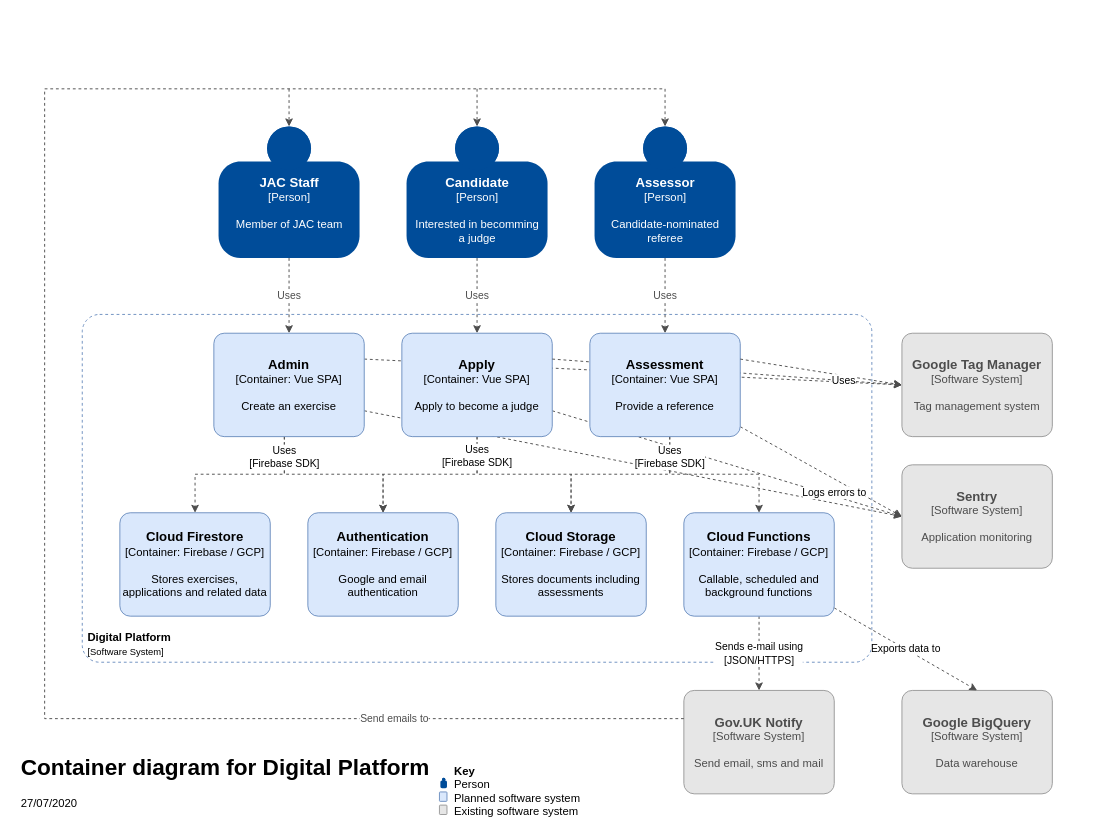
Above: page "Container" (2 of 3) of docs/architecture/jac-qt-platform-architecture.drawio in jac-uk/documentation (draw.io), before the change. Source tidied: cells renumbered, new cells numbered last; positions are measured from the earlier drawing's top-left corner, leaving out a move shared by most shapes. Both pictures are drawn from the tidied source at 94%, with x=0, y=0 at pixel (16, 88).
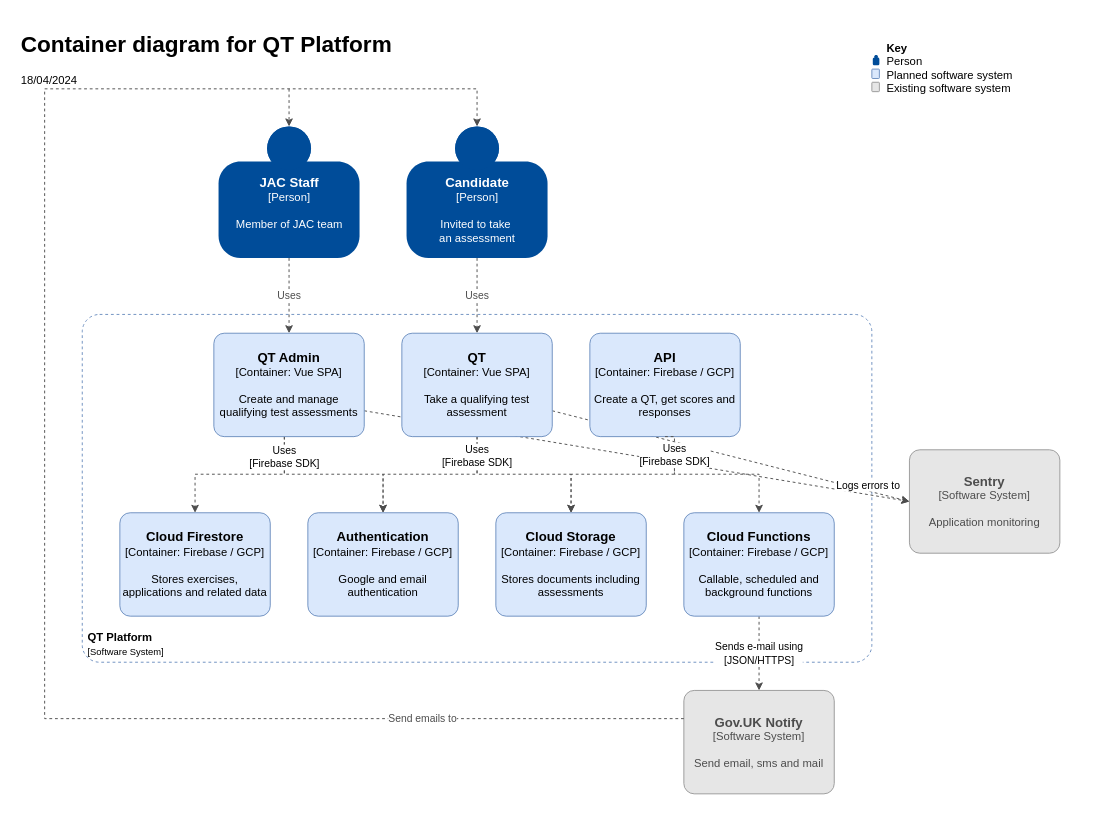
The same page after the edit.

Unchanged cells that the change refers to:
```xml
<mxCell id="21" value="&lt;b style=&quot;font-size: 14px&quot;&gt;Gov.UK Notify&lt;br&gt;&lt;/b&gt;&lt;div&gt;[Software System]&lt;/div&gt;&lt;br&gt;&lt;div&gt;Send email, sms and mail&lt;br&gt;&lt;/div&gt;" style="rounded=1;whiteSpace=wrap;html=1;labelBackgroundColor=none;align=center;arcSize=10;points=[[0.25,0,0],[0.5,0,0],[0.75,0,0],[1,0.25,0],[1,0.5,0],[1,0.75,0],[0.75,1,0],[0.5,1,0],[0.25,1,0],[0,0.75,0],[0,0.5,0],[0,0.25,0]];fillColor=#E6E6E6;fontColor=#4D4D4D;strokeColor=#999999;" parent="1" vertex="1">
  <mxGeometry x="710" y="640" width="160" height="110" as="geometry" />
</mxCell>
<mxCell id="34" value="&lt;font size=&quot;1&quot;&gt;&lt;b style=&quot;font-size: 14px&quot;&gt;Cloud Storage&lt;br&gt;&lt;/b&gt;&lt;/font&gt;&lt;div&gt;[Container: Firebase / GCP]&lt;br&gt;&lt;/div&gt;&lt;br&gt;&lt;div&gt;Stores documents including assessments&lt;br&gt;&lt;/div&gt;" style="rounded=1;whiteSpace=wrap;html=1;labelBackgroundColor=none;fillColor=#dae8fc;fontColor=#000000;align=center;arcSize=10;strokeColor=#6c8ebf;points=[[0.25,0,0],[0.5,0,0],[0.75,0,0],[1,0.25,0],[1,0.5,0],[1,0.75,0],[0.75,1,0],[0.5,1,0],[0.25,1,0],[0,0.75,0],[0,0.5,0],[0,0.25,0]];" parent="1" vertex="1">
  <mxGeometry x="510" y="451" width="160" height="110" as="geometry" />
</mxCell>
<mxCell id="38" value="&lt;font size=&quot;1&quot;&gt;&lt;b style=&quot;font-size: 14px&quot;&gt;Cloud Functions&lt;br&gt;&lt;/b&gt;&lt;/font&gt;&lt;div&gt;[Container: Firebase / GCP]&lt;/div&gt;&lt;br&gt;&lt;div&gt;Callable, scheduled and background functions&lt;br&gt;&lt;/div&gt;" style="rounded=1;whiteSpace=wrap;html=1;labelBackgroundColor=none;fillColor=#dae8fc;fontColor=#000000;align=center;arcSize=10;strokeColor=#6c8ebf;points=[[0.25,0,0],[0.5,0,0],[0.75,0,0],[1,0.25,0],[1,0.5,0],[1,0.75,0],[0.75,1,0],[0.5,1,0],[0.25,1,0],[0,0.75,0],[0,0.5,0],[0,0.25,0]];" parent="1" vertex="1">
  <mxGeometry x="710" y="451" width="160" height="110" as="geometry" />
</mxCell>
```

Change to the diagram source:
```diff
@@
-    <mxCell id="2" value="&lt;div style=&quot;text-align: left ; font-size: 14px&quot;&gt;&lt;font size=&quot;1&quot;&gt;&lt;b style=&quot;font-size: 12px ; line-height: 100%&quot;&gt;Digital Platform&lt;/b&gt;&lt;/font&gt;&lt;br&gt;&lt;/div&gt;&lt;div style=&quot;text-align: left&quot;&gt;&lt;font style=&quot;font-size: 10px&quot;&gt;[Software System]&lt;/font&gt;&lt;/div&gt;" style="rounded=1;whiteSpace=wrap;html=1;labelBackgroundColor=none;align=left;arcSize=5;verticalAlign=bottom;dashed=1;strokeWidth=1;perimeterSpacing=0;spacingLeft=4;spacingBottom=2;strokeColor=#6C8EBF;" parent="1" vertex="1">
+    <mxCell id="2" value="&lt;div style=&quot;text-align: left ; font-size: 14px&quot;&gt;&lt;font size=&quot;1&quot;&gt;&lt;b style=&quot;font-size: 12px ; line-height: 100%&quot;&gt;QT Platform&lt;/b&gt;&lt;/font&gt;&lt;br&gt;&lt;/div&gt;&lt;div style=&quot;text-align: left&quot;&gt;&lt;font style=&quot;font-size: 10px&quot;&gt;[Software System]&lt;/font&gt;&lt;/div&gt;" style="rounded=1;whiteSpace=wrap;html=1;labelBackgroundColor=none;align=left;arcSize=5;verticalAlign=bottom;dashed=1;strokeWidth=1;perimeterSpacing=0;spacingLeft=4;spacingBottom=2;strokeColor=#6C8EBF;" parent="1" vertex="1">
       <mxGeometry x="70" y="240" width="840" height="370" as="geometry" />
     </mxCell>
@@
-    <mxCell id="8" value="&lt;div&gt;&lt;font size=&quot;1&quot;&gt;&lt;b style=&quot;font-size: 14px&quot;&gt;Candidate&lt;/b&gt;&lt;/font&gt;&lt;/div&gt;&lt;div&gt;[Person]&lt;b&gt;&lt;br&gt;&lt;/b&gt;&lt;/div&gt;&lt;div&gt;&lt;b&gt;&lt;br&gt;&lt;/b&gt;&lt;/div&gt;&lt;div&gt;Interested in becomming&lt;/div&gt;&lt;div&gt; a judge&lt;b&gt;&lt;br&gt;&lt;/b&gt;&lt;/div&gt;" style="html=1;dashed=0;whitespace=wrap;shape=mxgraph.c4.person;align=center;points=[[0.5,0,0],[1,0.5,0],[1,0.75,0],[0.75,1,0],[0.5,1,0],[0.25,1,0],[0,0.75,0],[0,0.5,0]];fillColor=#004C99;fontColor=#FFFFFF;strokeColor=none;" parent="1" vertex="1">
+    <mxCell id="8" value="&lt;div&gt;&lt;font size=&quot;1&quot;&gt;&lt;b style=&quot;font-size: 14px&quot;&gt;Candidate&lt;/b&gt;&lt;/font&gt;&lt;/div&gt;&lt;div&gt;[Person]&lt;b&gt;&lt;br&gt;&lt;/b&gt;&lt;/div&gt;&lt;div&gt;&lt;b&gt;&lt;br&gt;&lt;/b&gt;&lt;/div&gt;&lt;div&gt;Invited to take&amp;nbsp;&lt;/div&gt;&lt;div&gt;an assessment&lt;/div&gt;" style="html=1;dashed=0;whitespace=wrap;shape=mxgraph.c4.person;align=center;points=[[0.5,0,0],[1,0.5,0],[1,0.75,0],[0.75,1,0],[0.5,1,0],[0.25,1,0],[0,0.75,0],[0,0.5,0]];fillColor=#004C99;fontColor=#FFFFFF;strokeColor=none;" parent="1" vertex="1">
       <mxGeometry x="415" y="40" width="150" height="140" as="geometry" />
     </mxCell>
-    <mxCell id="9" value="&lt;div&gt;Uses&lt;/div&gt;" style="edgeStyle=orthogonalEdgeStyle;rounded=0;jettySize=auto;html=1;strokeColor=#4D4D4D;fontColor=#4D4D4D;dashed=1;" parent="1" edge="1" source="10" target="42">
-      <mxGeometry relative="1" as="geometry">
-        <Array as="points">
-          <mxPoint x="690" y="200" />
-          <mxPoint x="690" y="200" />
-        </Array>
-      </mxGeometry>
-    </mxCell>
-    <mxCell id="10" value="&lt;div&gt;&lt;font size=&quot;1&quot;&gt;&lt;b style=&quot;font-size: 14px&quot;&gt;Assessor&lt;/b&gt;&lt;/font&gt;&lt;/div&gt;&lt;div&gt;[Person]&lt;b&gt;&lt;br&gt;&lt;/b&gt;&lt;/div&gt;&lt;div&gt;&lt;b&gt;&lt;br&gt;&lt;/b&gt;&lt;/div&gt;&lt;div&gt;Candidate-nominated &lt;br&gt;&lt;/div&gt;&lt;div&gt;referee&lt;b&gt;&lt;br&gt;&lt;/b&gt;&lt;/div&gt;" style="html=1;dashed=0;whitespace=wrap;shape=mxgraph.c4.person;align=center;points=[[0.5,0,0],[1,0.5,0],[1,0.75,0],[0.75,1,0],[0.5,1,0],[0.25,1,0],[0,0.75,0],[0,0.5,0]];fillColor=#004C99;fontColor=#FFFFFF;strokeColor=none;" parent="1" vertex="1">
-      <mxGeometry x="615" y="40" width="150" height="140" as="geometry" />
-    </mxCell>
@@
-    <mxCell id="13" style="edgeStyle=none;rounded=0;jettySize=auto;html=1;exitX=1;exitY=0.25;exitDx=0;exitDy=0;exitPerimeter=0;entryX=0;entryY=0.5;entryDx=0;entryDy=0;entryPerimeter=0;dashed=1;endArrow=classic;endFill=1;strokeColor=#4D4D4D;fontColor=#000000;" parent="1" edge="1" source="14" target="26">
-      <mxGeometry relative="1" as="geometry" />
-    </mxCell>
-    <mxCell id="14" value="&lt;font size=&quot;1&quot;&gt;&lt;b style=&quot;font-size: 14px&quot;&gt;Admin&lt;/b&gt;&lt;/font&gt;&lt;div&gt;[Container: Vue SPA]&lt;/div&gt;&lt;br&gt;&lt;div&gt;Create an exercise&lt;br&gt;&lt;/div&gt;" style="rounded=1;whiteSpace=wrap;html=1;labelBackgroundColor=none;fillColor=#dae8fc;fontColor=#000000;align=center;arcSize=10;strokeColor=#6c8ebf;points=[[0.25,0,0],[0.5,0,0],[0.75,0,0],[1,0.25,0],[1,0.5,0],[1,0.75,0],[0.75,1,0],[0.5,1,0],[0.25,1,0],[0,0.75,0],[0,0.5,0],[0,0.25,0]];" parent="1" vertex="1">
+    <mxCell id="14" value="&lt;font size=&quot;1&quot;&gt;&lt;b style=&quot;font-size: 14px&quot;&gt;QT Admin&lt;br&gt;&lt;/b&gt;&lt;/font&gt;&lt;div&gt;[Container: Vue SPA]&lt;/div&gt;&lt;div&gt;&lt;br&gt;&lt;/div&gt;&lt;div&gt;Create and manage qualifying test assessments&lt;br&gt;&lt;/div&gt;" style="rounded=1;whiteSpace=wrap;html=1;labelBackgroundColor=none;fillColor=#dae8fc;fontColor=#000000;align=center;arcSize=10;strokeColor=#6c8ebf;points=[[0.25,0,0],[0.5,0,0],[0.75,0,0],[1,0.25,0],[1,0.5,0],[1,0.75,0],[0.75,1,0],[0.5,1,0],[0.25,1,0],[0,0.75,0],[0,0.5,0],[0,0.25,0]];" parent="1" vertex="1">
       <mxGeometry x="210" y="260" width="160" height="110" as="geometry" />
     </mxCell>
@@
-    <mxCell id="17" style="edgeStyle=none;rounded=0;jettySize=auto;html=1;exitX=1;exitY=0.75;exitDx=0;exitDy=0;exitPerimeter=0;entryX=0;entryY=0.5;entryDx=0;entryDy=0;entryPerimeter=0;dashed=1;endArrow=classic;endFill=1;strokeColor=#4D4D4D;fontColor=#000000;" parent="1" edge="1" source="18" target="25">
+    <mxCell id="17" style="edgeStyle=none;rounded=0;jettySize=auto;html=1;exitX=1;exitY=0.75;exitDx=0;exitDy=0;exitPerimeter=0;dashed=1;endArrow=classic;endFill=1;strokeColor=#4D4D4D;fontColor=#000000;entryX=0;entryY=0.5;entryDx=0;entryDy=0;entryPerimeter=0;" parent="1" edge="1" source="18" target="25">
       <mxGeometry relative="1" as="geometry" />
     </mxCell>
+    <mxCell id="20" value="Logs errors to" style="edgeLabel;html=1;align=center;verticalAlign=middle;" parent="17" vertex="1">
+      <mxGeometry y="-1" relative="1" as="geometry">
+        <mxPoint x="146" y="30" as="offset" />
+      </mxGeometry>
+    </mxCell>
-    <mxCell id="18" value="&lt;font size=&quot;1&quot;&gt;&lt;b style=&quot;font-size: 14px&quot;&gt;Apply&lt;/b&gt;&lt;/font&gt;&lt;div&gt;[Container: Vue SPA]&lt;/div&gt;&lt;br&gt;&lt;div&gt;Apply to become a judge&lt;/div&gt;" style="rounded=1;whiteSpace=wrap;html=1;labelBackgroundColor=none;fillColor=#dae8fc;fontColor=#000000;align=center;arcSize=10;strokeColor=#6c8ebf;points=[[0.25,0,0],[0.5,0,0],[0.75,0,0],[1,0.25,0],[1,0.5,0],[1,0.75,0],[0.75,1,0],[0.5,1,0],[0.25,1,0],[0,0.75,0],[0,0.5,0],[0,0.25,0]];" parent="1" vertex="1">
+    <mxCell id="18" value="&lt;font size=&quot;1&quot;&gt;&lt;b style=&quot;font-size: 14px&quot;&gt;QT&lt;/b&gt;&lt;/font&gt;&lt;div&gt;[Container: Vue SPA]&lt;/div&gt;&lt;br&gt;&lt;div&gt;Take a qualifying test assessment&lt;br&gt;&lt;/div&gt;" style="rounded=1;whiteSpace=wrap;html=1;labelBackgroundColor=none;fillColor=#dae8fc;fontColor=#000000;align=center;arcSize=10;strokeColor=#6c8ebf;points=[[0.25,0,0],[0.5,0,0],[0.75,0,0],[1,0.25,0],[1,0.5,0],[1,0.75,0],[0.75,1,0],[0.5,1,0],[0.25,1,0],[0,0.75,0],[0,0.5,0],[0,0.25,0]];" parent="1" vertex="1">
       <mxGeometry x="410" y="260" width="160" height="110" as="geometry" />
     </mxCell>
-    <mxCell id="19" style="edgeStyle=orthogonalEdgeStyle;rounded=0;jettySize=auto;html=1;dashed=1;endArrow=classic;endFill=1;strokeColor=#4D4D4D;fontColor=#000000;entryX=0.5;entryY=0;entryDx=0;entryDy=0;entryPerimeter=0;" parent="1" edge="1" source="42" target="34">
-      <mxGeometry relative="1" as="geometry">
-        <Array as="points">
-          <mxPoint x="695" y="410" />
-          <mxPoint x="590" y="410" />
-        </Array>
-      </mxGeometry>
-    </mxCell>
-    <mxCell id="20" value="Logs errors to" style="edgeStyle=none;rounded=0;jettySize=auto;html=1;entryX=0;entryY=0.5;entryDx=0;entryDy=0;entryPerimeter=0;dashed=1;endArrow=classic;endFill=1;strokeColor=#4D4D4D;fontColor=#000000;" parent="1" edge="1" source="42" target="25">
-      <mxGeometry x="0.24" y="-13" relative="1" as="geometry" />
-    </mxCell>
@@
-    <mxCell id="22" value="Send emails to" style="endArrow=classic;html=1;edgeStyle=orthogonalEdgeStyle;rounded=0;entryX=0.5;entryY=0;entryDx=0;entryDy=0;entryPerimeter=0;dashed=1;strokeColor=#4D4D4D;fontColor=#4D4D4D;" parent="1" edge="1" source="21" target="10">
+    <mxCell id="22" value="Send emails to" style="endArrow=classic;html=1;edgeStyle=orthogonalEdgeStyle;rounded=0;entryX=0.5;entryY=0;entryDx=0;entryDy=0;entryPerimeter=0;dashed=1;strokeColor=#4D4D4D;fontColor=#4D4D4D;" parent="1" edge="1" source="21" target="8">
       <mxGeometry x="-0.7" relative="1" as="geometry">
         <Array as="points">
           <mxPoint x="30" y="670" />
           <mxPoint x="30" />
-          <mxPoint x="690" />
+          <mxPoint x="490" />
         </Array>
       </mxGeometry>
     </mxCell>
-    <mxCell id="23" style="endArrow=classic;html=1;dashed=1;rounded=0;entryX=0.5;entryY=0;entryDx=0;entryDy=0;entryPerimeter=0;strokeColor=#4D4D4D;fontColor=#4D4D4D;" parent="1" edge="1" target="8">
-      <mxGeometry relative="1" as="geometry">
-        <mxPoint x="490" as="sourcePoint" />
-      </mxGeometry>
-    </mxCell>
@@
     <mxCell id="25" value="&lt;b style=&quot;font-size: 14px&quot;&gt;Sentry&lt;br&gt;&lt;/b&gt;&lt;div&gt;[Software System]&lt;/div&gt;&lt;br&gt;&lt;div&gt;Application monitoring&lt;br&gt;&lt;/div&gt;" style="rounded=1;whiteSpace=wrap;html=1;labelBackgroundColor=none;align=center;arcSize=10;points=[[0.25,0,0],[0.5,0,0],[0.75,0,0],[1,0.25,0],[1,0.5,0],[1,0.75,0],[0.75,1,0],[0.5,1,0],[0.25,1,0],[0,0.75,0],[0,0.5,0],[0,0.25,0]];fillColor=#E6E6E6;fontColor=#4D4D4D;strokeColor=#999999;" parent="1" vertex="1">
-      <mxGeometry x="942" y="400" width="160" height="110" as="geometry" />
+      <mxGeometry x="950" y="384" width="160" height="110" as="geometry" />
     </mxCell>
-    <mxCell id="26" value="&lt;font style=&quot;font-size: 14px&quot;&gt;&lt;b&gt;Google Tag Manager&lt;br&gt;&lt;/b&gt;&lt;/font&gt;&lt;div&gt;&lt;font style=&quot;font-size: 12px&quot;&gt;[&lt;/font&gt;Software System]&lt;/div&gt;&lt;br&gt;&lt;div&gt;Tag management system&lt;br&gt;&lt;/div&gt;" style="rounded=1;whiteSpace=wrap;html=1;labelBackgroundColor=none;align=center;arcSize=10;points=[[0.25,0,0],[0.5,0,0],[0.75,0,0],[1,0.25,0],[1,0.5,0],[1,0.75,0],[0.75,1,0],[0.5,1,0],[0.25,1,0],[0,0.75,0],[0,0.5,0],[0,0.25,0]];fillColor=#E6E6E6;fontColor=#4D4D4D;strokeColor=#999999;" parent="1" vertex="1">
-      <mxGeometry x="942" y="260" width="160" height="110" as="geometry" />
-    </mxCell>
-    <mxCell id="27" value="&lt;h1&gt;Container diagram for Digital Platform&lt;br&gt;&lt;/h1&gt;&lt;p&gt;27/07/2020&lt;/p&gt;" style="text;html=1;strokeColor=none;fillColor=none;spacing=5;spacingTop=-20;whiteSpace=wrap;overflow=hidden;rounded=0;align=left;" parent="1" vertex="1">
-      <mxGeometry y="701.5" width="470" height="70" as="geometry" />
+    <mxCell id="27" value="&lt;h1&gt;Container diagram for QT Platform&lt;br&gt;&lt;/h1&gt;&lt;p&gt;18/04/2024&lt;/p&gt;" style="text;html=1;strokeColor=none;fillColor=none;spacing=5;spacingTop=-20;whiteSpace=wrap;overflow=hidden;rounded=0;align=left;" parent="1" vertex="1">
+      <mxGeometry y="-67.5" width="470" height="70" as="geometry" />
     </mxCell>
-    <mxCell id="28" value="&lt;font style=&quot;font-size: 14px&quot;&gt;&lt;b&gt;Google BigQuery&lt;br&gt;&lt;/b&gt;&lt;/font&gt;&lt;div&gt;&lt;font style=&quot;font-size: 12px&quot;&gt;[&lt;/font&gt;Software System]&lt;/div&gt;&lt;br&gt;&lt;div&gt;Data warehouse&lt;br&gt;&lt;/div&gt;" style="rounded=1;whiteSpace=wrap;html=1;labelBackgroundColor=none;align=center;arcSize=10;points=[[0.25,0,0],[0.5,0,0],[0.75,0,0],[1,0.25,0],[1,0.5,0],[1,0.75,0],[0.75,1,0],[0.5,1,0],[0.25,1,0],[0,0.75,0],[0,0.5,0],[0,0.25,0]];fillColor=#E6E6E6;fontColor=#4D4D4D;strokeColor=#999999;" parent="1" vertex="1">
-      <mxGeometry x="942" y="640" width="160" height="110" as="geometry" />
-    </mxCell>
     <mxCell id="29" style="group;" parent="1" vertex="1">
-      <mxGeometry x="450" y="720" width="232" height="53" as="geometry" />
+      <mxGeometry x="910" y="-49" width="232" height="53" as="geometry" />
     </mxCell>
@@
-    <mxCell id="37" value="Exports data to" style="rounded=0;jettySize=auto;html=1;entryX=0.5;entryY=0;entryDx=0;entryDy=0;entryPerimeter=0;dashed=1;endArrow=classic;endFill=1;strokeColor=#4D4D4D;fontColor=#000000;" parent="1" edge="1" source="38" target="28">
-      <mxGeometry relative="1" as="geometry" />
-    </mxCell>
@@
+    <mxCell id="40" value="&lt;font size=&quot;1&quot;&gt;&lt;b&gt;&lt;span style=&quot;font-size: 14px&quot;&gt;Cloud Firestore&lt;br&gt;&lt;/span&gt;&lt;/b&gt;&lt;/font&gt;&lt;div&gt;[Container: Firebase / GCP]&lt;/div&gt;&lt;div&gt;&lt;br&gt;&lt;/div&gt;&lt;div&gt;Stores exercises, applications and related data&lt;br&gt;&lt;/div&gt;" style="rounded=1;whiteSpace=wrap;html=1;labelBackgroundColor=none;fillColor=#dae8fc;fontColor=#000000;align=center;arcSize=10;strokeColor=#6c8ebf;points=[[0.25,0,0],[0.5,0,0],[0.75,0,0],[1,0.25,0],[1,0.5,0],[1,0.75,0],[0.75,1,0],[0.5,1,0],[0.25,1,0],[0,0.75,0],[0,0.5,0],[0,0.25,0]];" parent="1" vertex="1">
+      <mxGeometry x="110" y="451" width="160" height="110" as="geometry" />
+    </mxCell>
+    <mxCell id="44" value="&lt;font size=&quot;1&quot;&gt;&lt;b style=&quot;font-size: 14px&quot;&gt;API&lt;/b&gt;&lt;/font&gt;&lt;div&gt;[Container: Firebase / GCP]&lt;/div&gt;&lt;br&gt;&lt;div&gt;Create a QT, get scores and responses&lt;br&gt;&lt;/div&gt;" style="rounded=1;whiteSpace=wrap;html=1;labelBackgroundColor=none;fillColor=#dae8fc;fontColor=#000000;align=center;arcSize=10;strokeColor=#6c8ebf;points=[[0.25,0,0],[0.5,0,0],[0.75,0,0],[1,0.25,0],[1,0.5,0],[1,0.75,0],[0.75,1,0],[0.5,1,0],[0.25,1,0],[0,0.75,0],[0,0.5,0],[0,0.25,0]];" parent="1" vertex="1">
+      <mxGeometry x="610" y="260" width="160" height="110" as="geometry" />
+    </mxCell>
+    <mxCell id="45" style="edgeStyle=orthogonalEdgeStyle;rounded=0;jettySize=auto;html=1;entryX=0.5;entryY=0;entryDx=0;entryDy=0;entryPerimeter=0;dashed=1;endArrow=classic;endFill=1;strokeColor=#4D4D4D;fontColor=#000000;exitX=0.5;exitY=1;exitDx=0;exitDy=0;exitPerimeter=0;" parent="1" edge="1" source="44" target="38">
+      <mxGeometry relative="1" as="geometry">
+        <Array as="points">
+          <mxPoint x="700" y="410" />
+          <mxPoint x="790" y="410" />
+        </Array>
+      </mxGeometry>
+    </mxCell>
-    <mxCell id="39" value="Uses&lt;br&gt;[Firebase SDK]" style="edgeStyle=orthogonalEdgeStyle;rounded=0;jettySize=auto;html=1;dashed=1;endArrow=classic;endFill=1;strokeColor=#4D4D4D;fontColor=#000000;entryX=0.5;entryY=0;entryDx=0;entryDy=0;entryPerimeter=0;" parent="1" edge="1" source="42" target="38">
-      <mxGeometry x="-0.75" relative="1" as="geometry">
+    <mxCell id="39" value="Uses&lt;br&gt;[Firebase SDK]" style="edgeStyle=orthogonalEdgeStyle;rounded=0;jettySize=auto;html=1;dashed=1;endArrow=classic;endFill=1;strokeColor=#4D4D4D;fontColor=#000000;entryX=0.5;entryY=0;entryDx=0;entryDy=0;entryPerimeter=0;" parent="1" edge="1" target="34">
+      <mxGeometry x="-0.89" relative="1" as="geometry">
+        <mxPoint x="700" y="380" as="sourcePoint" />
         <Array as="points">
-          <mxPoint x="695" y="410" />
-          <mxPoint x="790" y="410" />
+          <mxPoint x="700" y="410" />
+          <mxPoint x="590" y="410" />
         </Array>
       </mxGeometry>
     </mxCell>
-    <mxCell id="40" value="&lt;font size=&quot;1&quot;&gt;&lt;b&gt;&lt;span style=&quot;font-size: 14px&quot;&gt;Cloud Firestore&lt;br&gt;&lt;/span&gt;&lt;/b&gt;&lt;/font&gt;&lt;div&gt;[Container: Firebase / GCP]&lt;/div&gt;&lt;div&gt;&lt;br&gt;&lt;/div&gt;&lt;div&gt;Stores exercises, applications and related data&lt;br&gt;&lt;/div&gt;" style="rounded=1;whiteSpace=wrap;html=1;labelBackgroundColor=none;fillColor=#dae8fc;fontColor=#000000;align=center;arcSize=10;strokeColor=#6c8ebf;points=[[0.25,0,0],[0.5,0,0],[0.75,0,0],[1,0.25,0],[1,0.5,0],[1,0.75,0],[0.75,1,0],[0.5,1,0],[0.25,1,0],[0,0.75,0],[0,0.5,0],[0,0.25,0]];" parent="1" vertex="1">
-      <mxGeometry x="110" y="451" width="160" height="110" as="geometry" />
-    </mxCell>
-    <mxCell id="41" style="edgeStyle=none;rounded=0;jettySize=auto;html=1;exitX=1;exitY=0.25;exitDx=0;exitDy=0;exitPerimeter=0;dashed=1;endArrow=classic;endFill=1;strokeColor=#4D4D4D;fontColor=#000000;entryX=0;entryY=0.5;entryDx=0;entryDy=0;entryPerimeter=0;" parent="1" edge="1" source="18" target="26">
-      <mxGeometry x="0.61" relative="1" as="geometry" />
-    </mxCell>
-    <mxCell id="42" value="&lt;font size=&quot;1&quot;&gt;&lt;b style=&quot;font-size: 14px&quot;&gt;Assessment&lt;/b&gt;&lt;/font&gt;&lt;div&gt;[Container: Vue SPA]&lt;/div&gt;&lt;br&gt;&lt;div&gt;Provide a reference&lt;/div&gt;" style="rounded=1;whiteSpace=wrap;html=1;labelBackgroundColor=none;fillColor=#dae8fc;fontColor=#000000;align=center;arcSize=10;strokeColor=#6c8ebf;points=[[0.25,0,0],[0.5,0,0],[0.75,0,0],[1,0.25,0],[1,0.5,0],[1,0.75,0],[0.75,1,0],[0.5,1,0],[0.25,1,0],[0,0.75,0],[0,0.5,0],[0,0.25,0]];" parent="1" vertex="1">
-      <mxGeometry x="610" y="260" width="160" height="110" as="geometry" />
-    </mxCell>
-    <mxCell id="43" value="Uses" style="edgeStyle=none;rounded=0;jettySize=auto;html=1;exitX=1;exitY=0.25;exitDx=0;exitDy=0;exitPerimeter=0;entryX=0;entryY=0.5;entryDx=0;entryDy=0;entryPerimeter=0;dashed=1;endArrow=classic;endFill=1;strokeColor=#4D4D4D;fontColor=#000000;" parent="1" edge="1" source="42" target="26">
-      <mxGeometry x="0.29" y="-5" relative="1" as="geometry" />
-    </mxCell>
```
